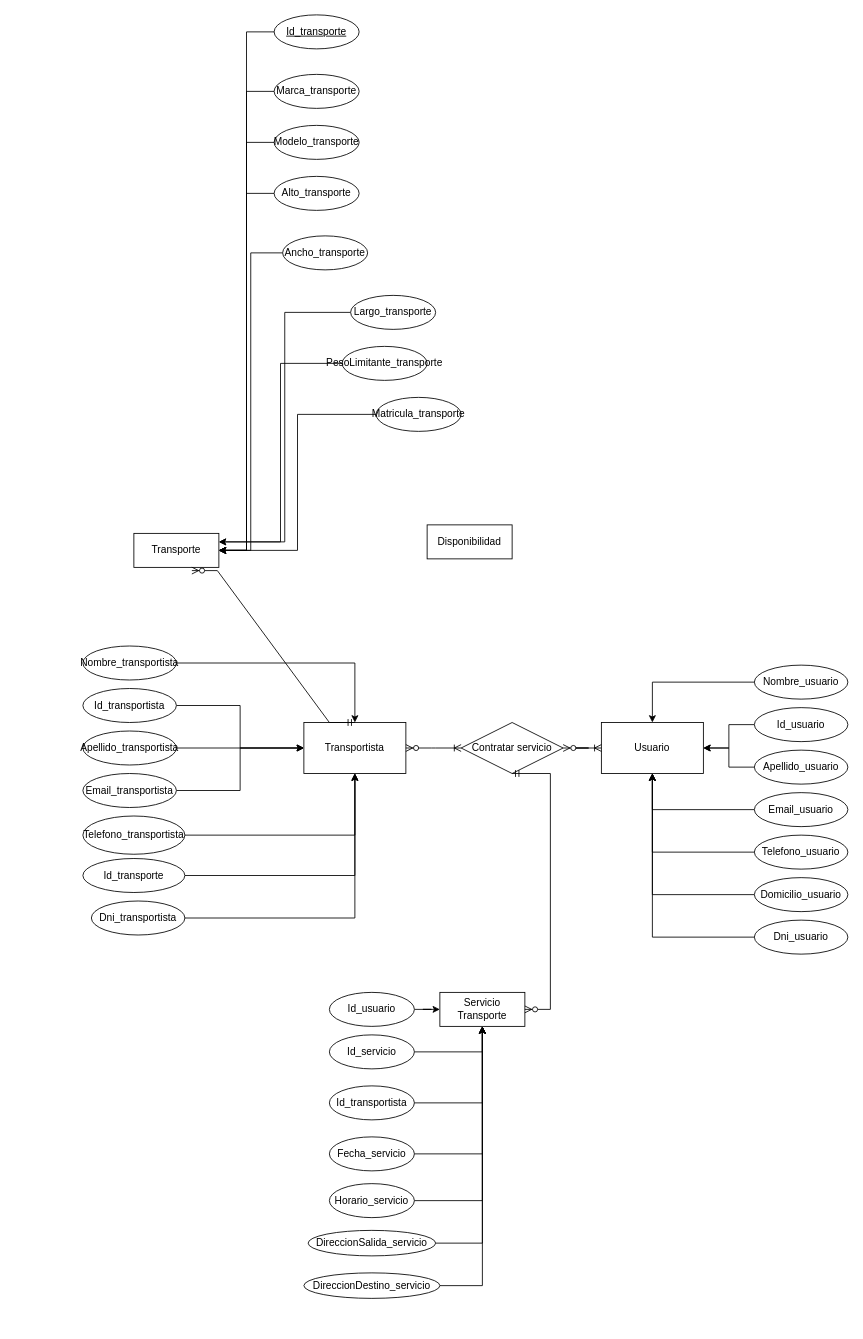
Earlier version of the draw.io diagram Diagrama sin título.drawio (projects-assignments/mudapp-grupo-5). Source tidied: cells renumbered, new cells numbered last; positions are measured from the earlier drawing's top-left corner, leaving out a move shared by most shapes. Both pictures are drawn from the tidied source at 85%, with x=0, y=0 at pixel (82, 14).
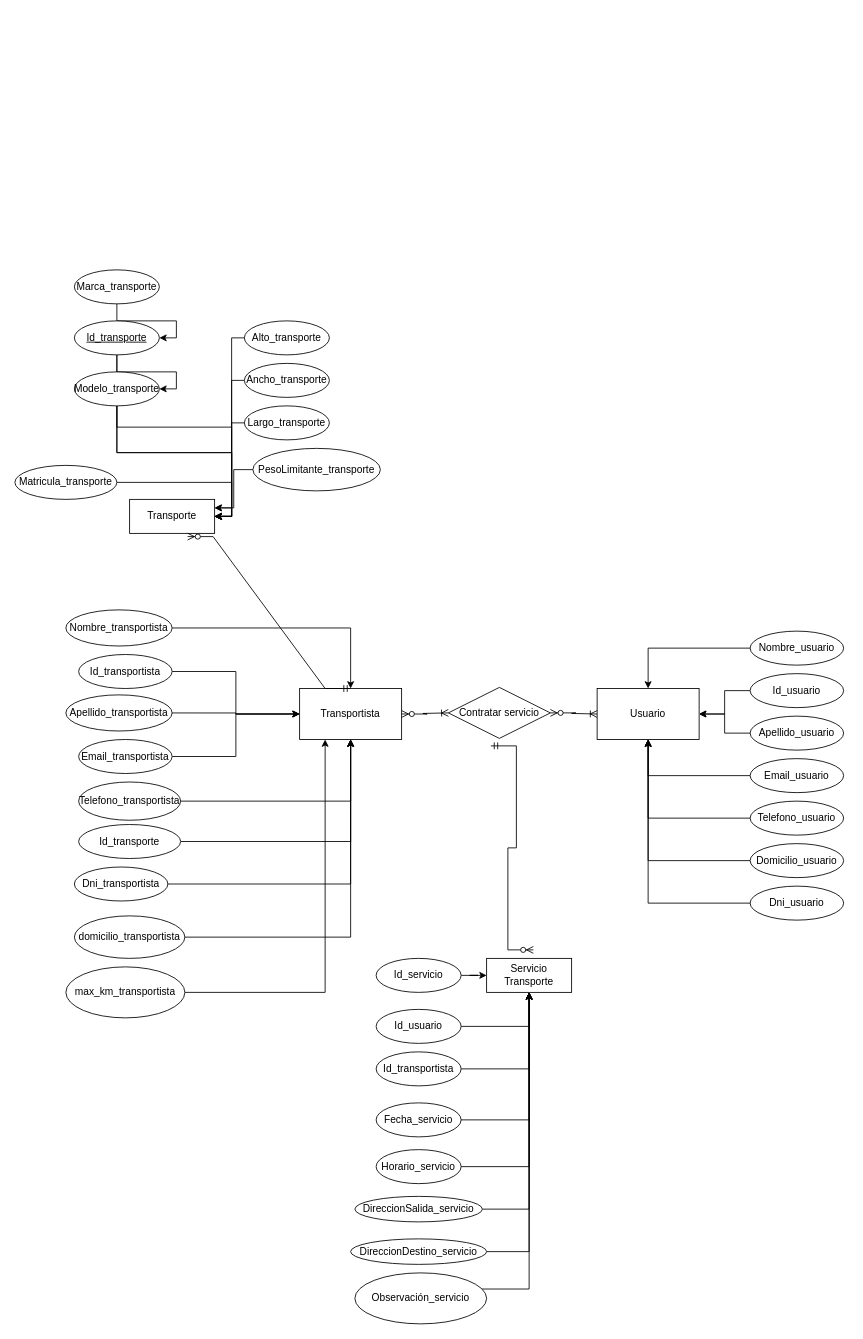
Above is the later version.

Commit message:
locación transportista

Change to the diagram source:
```diff
@@
     <mxCell id="2" value="Transportista" style="rounded=0;whiteSpace=wrap;html=1;" parent="1" vertex="1">
-      <mxGeometry x="260" y="832.5" width="120" height="60" as="geometry" />
+      <mxGeometry x="255" y="792.5" width="120" height="60" as="geometry" />
     </mxCell>
     <mxCell id="3" value="Usuario" style="rounded=0;whiteSpace=wrap;html=1;" parent="1" vertex="1">
-      <mxGeometry x="610" y="832.5" width="120" height="60" as="geometry" />
+      <mxGeometry x="605" y="792.5" width="120" height="60" as="geometry" />
     </mxCell>
@@
     <mxCell id="5" value="Nombre_usuario" style="ellipse;whiteSpace=wrap;html=1;" parent="1" vertex="1">
-      <mxGeometry x="790" y="765" width="110" height="40" as="geometry" />
+      <mxGeometry x="785" y="725" width="110" height="40" as="geometry" />
     </mxCell>
@@
     <mxCell id="7" value="Id_usuario" style="ellipse;whiteSpace=wrap;html=1;" parent="1" vertex="1">
-      <mxGeometry x="790" y="815" width="110" height="40" as="geometry" />
+      <mxGeometry x="785" y="775" width="110" height="40" as="geometry" />
     </mxCell>
@@
     <mxCell id="9" value="Apellido_usuario" style="ellipse;whiteSpace=wrap;html=1;" parent="1" vertex="1">
-      <mxGeometry x="790" y="865" width="110" height="40" as="geometry" />
+      <mxGeometry x="785" y="825" width="110" height="40" as="geometry" />
     </mxCell>
@@
     <mxCell id="11" value="Email_usuario" style="ellipse;whiteSpace=wrap;html=1;" parent="1" vertex="1">
-      <mxGeometry x="790" y="915" width="110" height="40" as="geometry" />
+      <mxGeometry x="785" y="875" width="110" height="40" as="geometry" />
     </mxCell>
@@
     <mxCell id="13" value="Telefono_usuario" style="ellipse;whiteSpace=wrap;html=1;" parent="1" vertex="1">
-      <mxGeometry x="790" y="965" width="110" height="40" as="geometry" />
+      <mxGeometry x="785" y="925" width="110" height="40" as="geometry" />
     </mxCell>
@@
     <mxCell id="15" value="Domicilio_usuario" style="ellipse;whiteSpace=wrap;html=1;" parent="1" vertex="1">
-      <mxGeometry x="790" y="1015" width="110" height="40" as="geometry" />
+      <mxGeometry x="785" y="975" width="110" height="40" as="geometry" />
     </mxCell>
@@
     <mxCell id="17" value="Dni_usuario" style="ellipse;whiteSpace=wrap;html=1;" parent="1" vertex="1">
-      <mxGeometry x="790" y="1065" width="110" height="40" as="geometry" />
+      <mxGeometry x="785" y="1025" width="110" height="40" as="geometry" />
     </mxCell>
@@
     <mxCell id="19" value="Nombre_transportista" style="ellipse;whiteSpace=wrap;html=1;" parent="1" vertex="1">
-      <mxGeometry y="742.5" width="110" height="40" as="geometry" />
+      <mxGeometry x="-20" y="700" width="125" height="42.5" as="geometry" />
     </mxCell>
@@
     <mxCell id="21" value="Id_transportista" style="ellipse;whiteSpace=wrap;html=1;" parent="1" vertex="1">
-      <mxGeometry y="792.5" width="110" height="40" as="geometry" />
+      <mxGeometry x="-5" y="752.5" width="110" height="40" as="geometry" />
     </mxCell>
@@
     <mxCell id="23" value="Apellido_transportista" style="ellipse;whiteSpace=wrap;html=1;" parent="1" vertex="1">
-      <mxGeometry y="842.5" width="110" height="40" as="geometry" />
+      <mxGeometry x="-20" y="800" width="125" height="42.5" as="geometry" />
     </mxCell>
@@
     <mxCell id="25" value="Email_transportista" style="ellipse;whiteSpace=wrap;html=1;" parent="1" vertex="1">
-      <mxGeometry y="892.5" width="110" height="40" as="geometry" />
+      <mxGeometry x="-5" y="852.5" width="110" height="40" as="geometry" />
     </mxCell>
@@
     <mxCell id="27" value="Telefono_transportista" style="ellipse;whiteSpace=wrap;html=1;" parent="1" vertex="1">
-      <mxGeometry y="942.5" width="120" height="45" as="geometry" />
+      <mxGeometry x="-5" y="902.5" width="120" height="45" as="geometry" />
     </mxCell>
@@
     <mxCell id="29" value="Id_transporte" style="ellipse;whiteSpace=wrap;html=1;" parent="1" vertex="1">
-      <mxGeometry y="992.5" width="120" height="40" as="geometry" />
+      <mxGeometry x="-5" y="952.5" width="120" height="40" as="geometry" />
     </mxCell>
@@
     <mxCell id="31" value="Dni_transportista" style="ellipse;whiteSpace=wrap;html=1;" parent="1" vertex="1">
-      <mxGeometry x="10" y="1042.5" width="110" height="40" as="geometry" />
+      <mxGeometry x="-10" y="1002.5" width="110" height="40" as="geometry" />
     </mxCell>
     <mxCell id="32" value="Servicio Transporte" style="whiteSpace=wrap;html=1;align=center;" parent="1" vertex="1">
-      <mxGeometry x="420" y="1150" width="100" height="40" as="geometry" />
+      <mxGeometry x="475" y="1110" width="100" height="40" as="geometry" />
     </mxCell>
@@
     <mxCell id="34" value="Id_servicio" style="ellipse;whiteSpace=wrap;html=1;align=center;" parent="1" vertex="1">
-      <mxGeometry x="290" y="1200" width="100" height="40" as="geometry" />
+      <mxGeometry x="345" y="1110" width="100" height="40" as="geometry" />
     </mxCell>
@@
     <mxCell id="36" value="Fecha_servicio" style="ellipse;whiteSpace=wrap;html=1;align=center;" parent="1" vertex="1">
-      <mxGeometry x="290" y="1320" width="100" height="40" as="geometry" />
+      <mxGeometry x="345" y="1280" width="100" height="40" as="geometry" />
     </mxCell>
@@
     <mxCell id="38" value="Horario_servicio" style="ellipse;whiteSpace=wrap;html=1;align=center;" parent="1" vertex="1">
-      <mxGeometry x="290" y="1375" width="100" height="40" as="geometry" />
+      <mxGeometry x="345" y="1335" width="100" height="40" as="geometry" />
     </mxCell>
@@
     <mxCell id="40" value="Id_transportista" style="ellipse;whiteSpace=wrap;html=1;align=center;" parent="1" vertex="1">
-      <mxGeometry x="290" y="1260" width="100" height="40" as="geometry" />
+      <mxGeometry x="345" y="1220" width="100" height="40" as="geometry" />
     </mxCell>
@@
     <mxCell id="42" value="Id_usuario" style="ellipse;whiteSpace=wrap;html=1;align=center;" parent="1" vertex="1">
-      <mxGeometry x="290" y="1150" width="100" height="40" as="geometry" />
+      <mxGeometry x="345" y="1170" width="100" height="40" as="geometry" />
     </mxCell>
@@
     <mxCell id="44" value="DireccionSalida_servicio" style="ellipse;whiteSpace=wrap;html=1;align=center;" parent="1" vertex="1">
-      <mxGeometry x="265" y="1430" width="150" height="30" as="geometry" />
+      <mxGeometry x="320" y="1390" width="150" height="30" as="geometry" />
     </mxCell>
@@
     <mxCell id="46" value="DireccionDestino_servicio" style="ellipse;whiteSpace=wrap;html=1;align=center;" parent="1" vertex="1">
-      <mxGeometry x="260" y="1480" width="160" height="30" as="geometry" />
+      <mxGeometry x="315" y="1440" width="160" height="30" as="geometry" />
     </mxCell>
     <mxCell id="47" value="Contratar servicio" style="shape=rhombus;perimeter=rhombusPerimeter;whiteSpace=wrap;html=1;align=center;" parent="1" vertex="1">
-      <mxGeometry x="445" y="832.5" width="120" height="60" as="geometry" />
+      <mxGeometry x="430" y="791.2" width="120" height="60" as="geometry" />
     </mxCell>
@@
     <mxCell id="49" style="edgeStyle=entityRelationEdgeStyle;fontSize=12;html=1;endArrow=ERoneToMany;startArrow=ERzeroToMany;rounded=0;exitX=1;exitY=0.5;exitDx=0;exitDy=0;" parent="1" edge="1" source="2" target="47">
       <mxGeometry relative="1" as="geometry">
         <Array as="points">
-          <mxPoint x="245" y="860" />
+          <mxPoint x="240" y="820" />
         </Array>
       </mxGeometry>
     </mxCell>
-    <mxCell id="50" style="edgeStyle=entityRelationEdgeStyle;fontSize=12;html=1;endArrow=ERzeroToMany;startArrow=ERmandOne;rounded=0;exitX=0.5;exitY=1;exitDx=0;exitDy=0;" parent="1" edge="1" source="47" target="32">
+    <mxCell id="50" style="edgeStyle=entityRelationEdgeStyle;fontSize=12;html=1;endArrow=ERzeroToMany;startArrow=ERmandOne;rounded=0;" parent="1" edge="1">
       <mxGeometry relative="1" as="geometry">
+        <mxPoint x="480" y="860" as="sourcePoint" />
+        <mxPoint x="530" y="1100" as="targetPoint" />
         <Array as="points">
-          <mxPoint x="630" y="1200" />
+          <mxPoint x="475" y="845.3" />
+          <mxPoint x="595" y="1139.7" />
+          <mxPoint x="530" y="1090" />
+          <mxPoint x="530" y="1090" />
+          <mxPoint x="515" y="1035.3" />
         </Array>
       </mxGeometry>
     </mxCell>
     <mxCell id="51" value="Transporte" style="whiteSpace=wrap;html=1;align=center;" parent="1" vertex="1">
-      <mxGeometry x="60" y="610" width="100" height="40" as="geometry" />
+      <mxGeometry x="55" y="570" width="100" height="40" as="geometry" />
     </mxCell>
@@
-    <mxCell id="53" value="Id_transporte" style="ellipse;whiteSpace=wrap;html=1;align=center;fontStyle=4;" parent="1" vertex="1">
-      <mxGeometry x="225" width="100" height="40" as="geometry" />
-    </mxCell>
-    <mxCell id="54" style="edgeStyle=orthogonalEdgeStyle;rounded=0;jettySize=auto;html=1;entryX=1;entryY=0.5;entryDx=0;entryDy=0;" parent="1" edge="1" source="55" target="51">
+    <mxCell id="54" style="edgeStyle=orthogonalEdgeStyle;rounded=0;jettySize=auto;html=1;entryX=1;entryY=0.5;entryDx=0;entryDy=0;" parent="1" edge="1" source="57" target="51">
       <mxGeometry relative="1" as="geometry" />
     </mxCell>
     <mxCell id="55" value="Marca_transporte" style="ellipse;whiteSpace=wrap;html=1;align=center;" parent="1" vertex="1">
-      <mxGeometry x="225" y="70" width="100" height="40" as="geometry" />
+      <mxGeometry x="-10" y="300" width="100" height="40" as="geometry" />
     </mxCell>
@@
-    <mxCell id="57" value="Modelo_transporte" style="ellipse;whiteSpace=wrap;html=1;align=center;" parent="1" vertex="1">
-      <mxGeometry x="225" y="130" width="100" height="40" as="geometry" />
-    </mxCell>
     <mxCell id="58" style="edgeStyle=orthogonalEdgeStyle;rounded=0;jettySize=auto;html=1;entryX=1;entryY=0.5;entryDx=0;entryDy=0;" parent="1" edge="1" source="59" target="51">
-      <mxGeometry relative="1" as="geometry" />
+      <mxGeometry relative="1" as="geometry">
+        <Array as="points">
+          <mxPoint x="175" y="380" />
+          <mxPoint x="175" y="590" />
+        </Array>
+      </mxGeometry>
     </mxCell>
     <mxCell id="59" value="Alto_transporte" style="ellipse;whiteSpace=wrap;html=1;align=center;" parent="1" vertex="1">
-      <mxGeometry x="225" y="190" width="100" height="40" as="geometry" />
+      <mxGeometry x="190" y="360" width="100" height="40" as="geometry" />
     </mxCell>
     <mxCell id="60" style="edgeStyle=orthogonalEdgeStyle;rounded=0;jettySize=auto;html=1;entryX=1;entryY=0.5;entryDx=0;entryDy=0;" parent="1" edge="1" source="61" target="51">
-      <mxGeometry relative="1" as="geometry" />
+      <mxGeometry relative="1" as="geometry">
+        <Array as="points">
+          <mxPoint x="175" y="430" />
+          <mxPoint x="175" y="590" />
+        </Array>
+      </mxGeometry>
     </mxCell>
     <mxCell id="61" value="Ancho_transporte" style="ellipse;whiteSpace=wrap;html=1;align=center;" parent="1" vertex="1">
-      <mxGeometry x="235" y="260" width="100" height="40" as="geometry" />
+      <mxGeometry x="190" y="410" width="100" height="40" as="geometry" />
     </mxCell>
     <mxCell id="62" style="edgeStyle=orthogonalEdgeStyle;rounded=0;jettySize=auto;html=1;entryX=1;entryY=0.25;entryDx=0;entryDy=0;" parent="1" edge="1" source="63" target="51">
-      <mxGeometry relative="1" as="geometry" />
+      <mxGeometry relative="1" as="geometry">
+        <Array as="points">
+          <mxPoint x="175" y="480" />
+          <mxPoint x="175" y="580" />
+        </Array>
+      </mxGeometry>
     </mxCell>
     <mxCell id="63" value="Largo_transporte" style="ellipse;whiteSpace=wrap;html=1;align=center;" parent="1" vertex="1">
-      <mxGeometry x="315" y="330" width="100" height="40" as="geometry" />
+      <mxGeometry x="190" y="460" width="100" height="40" as="geometry" />
     </mxCell>
@@
     <mxCell id="65" value="PesoLimitante_transporte" style="ellipse;whiteSpace=wrap;html=1;align=center;" parent="1" vertex="1">
-      <mxGeometry x="305" y="390" width="100" height="40" as="geometry" />
+      <mxGeometry x="200" y="510" width="150" height="50" as="geometry" />
     </mxCell>
@@
     <mxCell id="67" value="Matricula_transporte" style="ellipse;whiteSpace=wrap;html=1;align=center;" parent="1" vertex="1">
-      <mxGeometry x="345" y="450" width="100" height="40" as="geometry" />
+      <mxGeometry x="-80" y="530" width="120" height="40" as="geometry" />
     </mxCell>
@@
-    <mxCell id="69" value="Disponibilidad" style="whiteSpace=wrap;html=1;align=center;" parent="1" vertex="1">
-      <mxGeometry x="405" y="600" width="100" height="40" as="geometry" />
-    </mxCell>
+    <mxCell id="70" style="edgeStyle=orthogonalEdgeStyle;rounded=0;jettySize=auto;html=1;exitX=1;exitY=0;exitDx=0;exitDy=0;entryX=0.5;entryY=1;entryDx=0;entryDy=0;" parent="1" edge="1" source="71" target="32">
+      <mxGeometry relative="1" as="geometry">
+        <Array as="points">
+          <mxPoint x="525" y="1499" />
+        </Array>
+      </mxGeometry>
+    </mxCell>
+    <mxCell id="71" value="Observación_servicio&lt;br&gt;" style="ellipse;whiteSpace=wrap;html=1;align=center;" parent="1" vertex="1">
+      <mxGeometry x="320" y="1480" width="155" height="60" as="geometry" />
+    </mxCell>
+    <mxCell id="72" style="edgeStyle=orthogonalEdgeStyle;rounded=0;jettySize=auto;html=1;exitX=1;exitY=0.5;exitDx=0;exitDy=0;entryX=0.5;entryY=1;entryDx=0;entryDy=0;" parent="1" edge="1" source="73" target="2">
+      <mxGeometry relative="1" as="geometry" />
+    </mxCell>
+    <mxCell id="73" value="domicilio_transportista" style="ellipse;whiteSpace=wrap;html=1;align=center;" parent="1" vertex="1">
+      <mxGeometry x="-10" y="1060" width="130" height="50" as="geometry" />
+    </mxCell>
+    <mxCell id="74" style="edgeStyle=orthogonalEdgeStyle;rounded=0;jettySize=auto;html=1;exitX=1;exitY=0.5;exitDx=0;exitDy=0;entryX=0.25;entryY=1;entryDx=0;entryDy=0;" parent="1" edge="1" source="75" target="2">
+      <mxGeometry relative="1" as="geometry" />
+    </mxCell>
+    <mxCell id="75" value="max_km_transportista" style="ellipse;whiteSpace=wrap;html=1;align=center;" parent="1" vertex="1">
+      <mxGeometry x="-20" y="1120" width="140" height="60" as="geometry" />
+    </mxCell>
+    <mxCell id="76" style="edgeStyle=orthogonalEdgeStyle;rounded=0;jettySize=auto;html=1;entryX=1;entryY=0.5;entryDx=0;entryDy=0;" parent="1" edge="1" source="55" target="53">
+      <mxGeometry relative="1" as="geometry" />
+    </mxCell>
+    <mxCell id="53" value="Id_transporte" style="ellipse;whiteSpace=wrap;html=1;align=center;fontStyle=4;" parent="1" vertex="1">
+      <mxGeometry x="-10" y="360" width="100" height="40" as="geometry" />
+    </mxCell>
+    <mxCell id="77" style="edgeStyle=orthogonalEdgeStyle;rounded=0;jettySize=auto;html=1;entryX=1;entryY=0.5;entryDx=0;entryDy=0;" parent="1" edge="1" source="53" target="57">
+      <mxGeometry relative="1" as="geometry" />
+    </mxCell>
+    <mxCell id="57" value="Modelo_transporte" style="ellipse;whiteSpace=wrap;html=1;align=center;" parent="1" vertex="1">
+      <mxGeometry x="-10" y="420" width="100" height="40" as="geometry" />
+    </mxCell>
```
